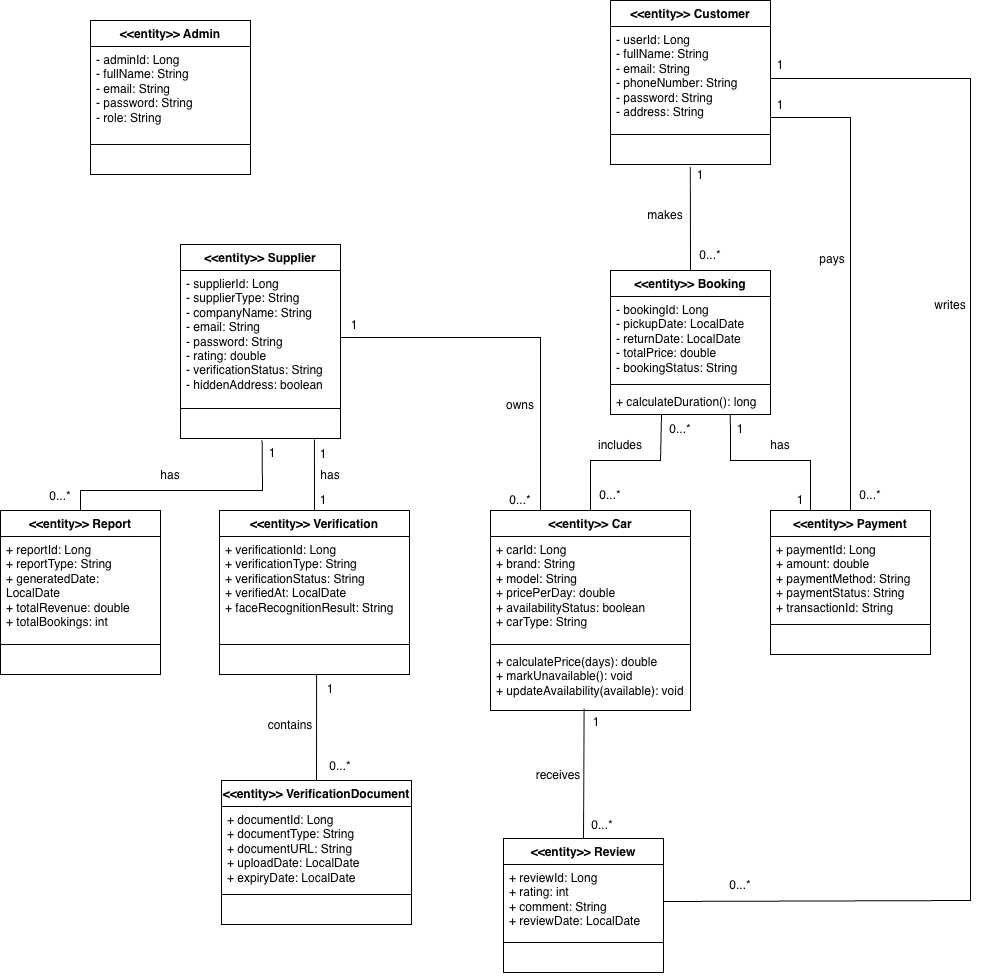
Before: Design/final/ClassDiagram.png, a diagram exported from draw.io (Darkhaamn/MIU-CS425-Project). Source tidied: cells renumbered, new cells last; positions are measured from the earlier drawing's top-left corner, leaving out a move shared by most shapes.
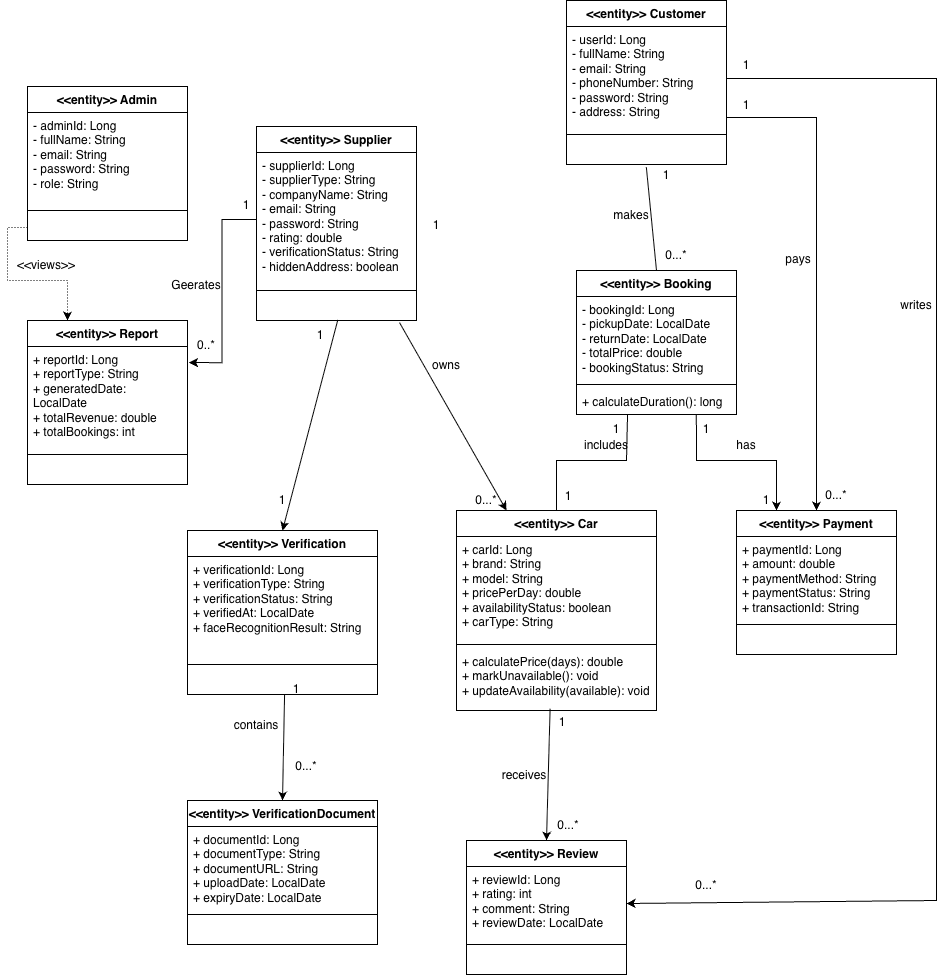
Above is the later version.

Diff of the diagram source:
```diff
@@ -3,7 +3,7 @@
     <mxCell id="0" />
     <mxCell id="1" parent="0" />
     <mxCell id="2" value="&amp;lt;&amp;lt;entity&amp;gt;&amp;gt; Admin" style="swimlane;fontStyle=1;align=center;verticalAlign=top;horizontal=1;startSize=26;whiteSpace=wrap;html=1;" parent="1" vertex="1">
-      <mxGeometry x="90" y="20" width="160" height="154" as="geometry" />
+      <mxGeometry x="61" y="86" width="160" height="154" as="geometry" />
     </mxCell>
     <mxCell id="3" value="&lt;div&gt;- adminId: Long&lt;/div&gt;&lt;div&gt;&lt;span style=&quot;background-color: transparent; color: light-dark(rgb(0, 0, 0), rgb(255, 255, 255));&quot;&gt;- fullName: String&lt;/span&gt;&lt;/div&gt;&lt;div&gt;- email: String&lt;/div&gt;&lt;div&gt;- password: String&lt;/div&gt;&lt;div&gt;- role: String&lt;/div&gt;" style="text;strokeColor=none;fillColor=none;align=left;verticalAlign=top;spacingLeft=4;spacingRight=4;overflow=hidden;whiteSpace=wrap;html=1;" parent="2" vertex="1">
       <mxGeometry y="26" width="160" height="94" as="geometry" />
@@ -15,7 +15,7 @@
       <mxGeometry y="128" width="160" height="26" as="geometry" />
     </mxCell>
     <mxCell id="6" value="&amp;lt;&amp;lt;entity&amp;gt;&amp;gt; Customer" style="swimlane;fontStyle=1;align=center;verticalAlign=top;horizontal=1;startSize=26;whiteSpace=wrap;html=1;" parent="1" vertex="1">
-      <mxGeometry x="610" width="160" height="164" as="geometry" />
+      <mxGeometry x="600" width="160" height="164" as="geometry" />
     </mxCell>
     <mxCell id="7" value="&lt;div&gt;- userId: Long&lt;/div&gt;&lt;div&gt;- fullName: String&lt;/div&gt;&lt;div&gt;- email: String&lt;/div&gt;&lt;div&gt;- phoneNumber: String&lt;/div&gt;&lt;div&gt;- password: String&lt;/div&gt;&lt;div&gt;- address: String&lt;/div&gt;" style="text;strokeColor=none;fillColor=none;align=left;verticalAlign=top;spacingLeft=4;spacingRight=4;overflow=hidden;points=[[0,0.5],[1,0.5]];portConstraint=eastwest;whiteSpace=wrap;html=1;" parent="6" vertex="1">
       <mxGeometry y="26" width="160" height="104" as="geometry" />
@@ -27,7 +27,7 @@
       <mxGeometry y="138" width="160" height="26" as="geometry" />
     </mxCell>
     <mxCell id="10" value="&amp;lt;&amp;lt;entity&amp;gt;&amp;gt; Supplier" style="swimlane;fontStyle=1;align=center;verticalAlign=top;horizontal=1;startSize=26;whiteSpace=wrap;html=1;" parent="1" vertex="1">
-      <mxGeometry x="180" y="244" width="160" height="194" as="geometry" />
+      <mxGeometry x="290" y="126" width="160" height="194" as="geometry" />
     </mxCell>
     <mxCell id="11" value="&lt;div&gt;- supplierId: Long&lt;/div&gt;&lt;div&gt;- supplierType: String&lt;/div&gt;&lt;div&gt;- companyName: String&lt;/div&gt;&lt;div&gt;- email: String&lt;/div&gt;&lt;div&gt;- password: String&lt;/div&gt;&lt;div&gt;- rating: double&lt;/div&gt;&lt;div&gt;- verificationStatus: String&lt;/div&gt;&lt;div&gt;- hiddenAddress: boolean&lt;/div&gt;" style="text;strokeColor=none;fillColor=none;align=left;verticalAlign=top;spacingLeft=4;spacingRight=4;overflow=hidden;points=[[0,0.5],[1,0.5]];portConstraint=eastwest;whiteSpace=wrap;html=1;" parent="10" vertex="1">
       <mxGeometry y="26" width="160" height="134" as="geometry" />
@@ -75,7 +75,7 @@
       <mxGeometry y="138" width="200" height="62" as="geometry" />
     </mxCell>
     <mxCell id="26" value="&amp;lt;&amp;lt;entity&amp;gt;&amp;gt; Verification" style="swimlane;fontStyle=1;align=center;verticalAlign=top;horizontal=1;startSize=26;whiteSpace=wrap;html=1;" parent="1" vertex="1">
-      <mxGeometry x="219" y="510" width="190" height="164" as="geometry" />
+      <mxGeometry x="221" y="530" width="190" height="164" as="geometry" />
     </mxCell>
     <mxCell id="27" value="&lt;div&gt;+ verificationId: Long&lt;/div&gt;&lt;div&gt;+ verificationType: String&lt;/div&gt;&lt;div&gt;+ verificationStatus: String&lt;/div&gt;&lt;div&gt;+ verifiedAt: LocalDate&lt;/div&gt;&lt;div&gt;+ faceRecognitionResult: String&lt;/div&gt;" style="text;strokeColor=none;fillColor=none;align=left;verticalAlign=top;spacingLeft=4;spacingRight=4;overflow=hidden;whiteSpace=wrap;html=1;" parent="26" vertex="1">
       <mxGeometry y="26" width="190" height="104" as="geometry" />
@@ -87,7 +87,7 @@
       <mxGeometry y="138" width="190" height="26" as="geometry" />
     </mxCell>
     <mxCell id="30" value="&amp;lt;&amp;lt;entity&amp;gt;&amp;gt; Report" style="swimlane;fontStyle=1;align=center;verticalAlign=top;horizontal=1;startSize=26;whiteSpace=wrap;html=1;" parent="1" vertex="1">
-      <mxGeometry y="510" width="160" height="164" as="geometry" />
+      <mxGeometry x="61" y="320" width="160" height="164" as="geometry" />
     </mxCell>
     <mxCell id="31" value="&lt;div&gt;+ reportId: Long&lt;/div&gt;&lt;div&gt;+ reportType: String&lt;/div&gt;&lt;div&gt;+ generatedDate: LocalDate&lt;/div&gt;&lt;div&gt;+ totalRevenue: double&lt;/div&gt;&lt;div&gt;+ totalBookings: int&lt;/div&gt;" style="text;strokeColor=none;fillColor=none;align=left;verticalAlign=top;spacingLeft=4;spacingRight=4;overflow=hidden;points=[[0,0.5],[1,0.5]];portConstraint=eastwest;whiteSpace=wrap;html=1;" parent="30" vertex="1">
       <mxGeometry y="26" width="160" height="104" as="geometry" />
@@ -99,7 +99,7 @@
       <mxGeometry y="138" width="160" height="26" as="geometry" />
     </mxCell>
     <mxCell id="34" value="&lt;div&gt;&lt;span style=&quot;background-color: transparent; color: light-dark(rgb(0, 0, 0), rgb(255, 255, 255));&quot;&gt;&amp;lt;&amp;lt;entity&amp;gt;&amp;gt;&amp;nbsp;&lt;/span&gt;VerificationDocument&lt;/div&gt;" style="swimlane;fontStyle=1;align=center;verticalAlign=top;horizontal=1;startSize=26;whiteSpace=wrap;html=1;" parent="1" vertex="1">
-      <mxGeometry x="221" y="780" width="190" height="144" as="geometry" />
+      <mxGeometry x="221" y="800" width="190" height="144" as="geometry" />
     </mxCell>
     <mxCell id="35" value="&lt;div&gt;+ documentId: Long&lt;/div&gt;&lt;div&gt;+ documentType: String&lt;/div&gt;&lt;div&gt;+ documentURL: String&lt;/div&gt;&lt;div&gt;+ uploadDate: LocalDate&lt;/div&gt;&lt;div&gt;+ expiryDate: LocalDate&lt;/div&gt;" style="text;strokeColor=none;fillColor=none;align=left;verticalAlign=top;spacingLeft=4;spacingRight=4;overflow=hidden;whiteSpace=wrap;html=1;" parent="34" vertex="1">
       <mxGeometry y="26" width="190" height="84" as="geometry" />
@@ -111,7 +111,7 @@
       <mxGeometry y="118" width="190" height="26" as="geometry" />
     </mxCell>
     <mxCell id="38" value="&amp;lt;&amp;lt;entity&amp;gt;&amp;gt; Review" style="swimlane;fontStyle=1;align=center;verticalAlign=top;horizontal=1;startSize=26;whiteSpace=wrap;html=1;" parent="1" vertex="1">
-      <mxGeometry x="503" y="838" width="160" height="134" as="geometry" />
+      <mxGeometry x="500" y="840" width="160" height="134" as="geometry" />
     </mxCell>
     <mxCell id="39" value="&lt;div&gt;+ reviewId: Long&lt;/div&gt;&lt;div&gt;+ rating: int&lt;/div&gt;&lt;div&gt;+ comment: String&lt;/div&gt;&lt;div&gt;+ reviewDate: LocalDate&lt;/div&gt;" style="text;strokeColor=none;fillColor=none;align=left;verticalAlign=top;spacingLeft=4;spacingRight=4;overflow=hidden;points=[[0,0.5],[1,0.5]];portConstraint=eastwest;whiteSpace=wrap;html=1;" parent="38" vertex="1">
       <mxGeometry y="26" width="160" height="74" as="geometry" />
@@ -139,13 +139,13 @@
         </Array>
       </mxGeometry>
     </mxCell>
-    <mxCell id="46" value="0...*" style="text;html=1;whiteSpace=wrap;strokeColor=none;fillColor=none;align=center;verticalAlign=middle;rounded=0;" parent="1" vertex="1">
-      <mxGeometry x="580" y="480" width="60" height="30" as="geometry" />
+    <mxCell id="46" value="1" style="text;html=1;whiteSpace=wrap;strokeColor=none;fillColor=none;align=center;verticalAlign=middle;rounded=0;" parent="1" vertex="1">
+      <mxGeometry x="572" y="481" width="60" height="30" as="geometry" />
     </mxCell>
-    <mxCell id="47" value="0...*" style="text;html=1;whiteSpace=wrap;strokeColor=none;fillColor=none;align=center;verticalAlign=middle;rounded=0;" parent="1" vertex="1">
-      <mxGeometry x="650" y="414" width="60" height="30" as="geometry" />
+    <mxCell id="47" value="1" style="text;html=1;whiteSpace=wrap;strokeColor=none;fillColor=none;align=center;verticalAlign=middle;rounded=0;" parent="1" vertex="1">
+      <mxGeometry x="620" y="414" width="60" height="30" as="geometry" />
     </mxCell>
-    <mxCell id="48" style="endArrow=none;html=1;rounded=0;entryX=1.003;entryY=0.874;entryDx=0;entryDy=0;entryPerimeter=0;exitX=0.5;exitY=0;exitDx=0;exitDy=0;" parent="1" edge="1" source="18" target="7">
+    <mxCell id="48" style="endArrow=none;html=1;rounded=0;entryX=1.003;entryY=0.874;entryDx=0;entryDy=0;entryPerimeter=0;exitX=0.5;exitY=0;exitDx=0;exitDy=0;startArrow=classic;startFill=1;" parent="1" edge="1" source="18" target="7">
       <mxGeometry relative="1" as="geometry">
         <Array as="points">
           <mxPoint x="850" y="117" />
@@ -158,7 +158,7 @@
     <mxCell id="50" value="0...*" style="text;html=1;whiteSpace=wrap;strokeColor=none;fillColor=none;align=center;verticalAlign=middle;rounded=0;" parent="1" vertex="1">
       <mxGeometry x="840" y="480" width="60" height="30" as="geometry" />
     </mxCell>
-    <mxCell id="51" style="endArrow=none;html=1;rounded=0;entryX=1;entryY=0.5;entryDx=0;entryDy=0;exitX=1;exitY=0.5;exitDx=0;exitDy=0;" parent="1" edge="1" source="39" target="7">
+    <mxCell id="51" style="endArrow=none;html=1;rounded=0;entryX=1;entryY=0.5;entryDx=0;entryDy=0;exitX=1;exitY=0.5;exitDx=0;exitDy=0;startArrow=classic;startFill=1;" parent="1" edge="1" source="39" target="7">
       <mxGeometry relative="1" as="geometry">
         <Array as="points">
           <mxPoint x="970" y="900" />
@@ -172,7 +172,7 @@
     <mxCell id="53" value="0...*" style="text;html=1;whiteSpace=wrap;strokeColor=none;fillColor=none;align=center;verticalAlign=middle;rounded=0;" parent="1" vertex="1">
       <mxGeometry x="710" y="870" width="60" height="30" as="geometry" />
     </mxCell>
-    <mxCell id="54" style="endArrow=none;html=1;rounded=0;entryX=0.25;entryY=0;entryDx=0;entryDy=0;exitX=0.749;exitY=0.993;exitDx=0;exitDy=0;exitPerimeter=0;" parent="1" edge="1" source="17" target="18">
+    <mxCell id="54" style="endArrow=classic;html=1;rounded=0;entryX=0.25;entryY=0;entryDx=0;entryDy=0;exitX=0.749;exitY=0.993;exitDx=0;exitDy=0;exitPerimeter=0;endFill=1;" parent="1" edge="1" source="17" target="18">
       <mxGeometry relative="1" as="geometry">
         <Array as="points">
           <mxPoint x="730" y="460" />
@@ -186,7 +186,7 @@
     <mxCell id="56" value="1" style="text;html=1;whiteSpace=wrap;strokeColor=none;fillColor=none;align=center;verticalAlign=middle;rounded=0;" parent="1" vertex="1">
       <mxGeometry x="770" y="485" width="60" height="30" as="geometry" />
     </mxCell>
-    <mxCell id="57" style="endArrow=none;html=1;rounded=0;exitX=0.468;exitY=0.973;exitDx=0;exitDy=0;exitPerimeter=0;entryX=0.5;entryY=0;entryDx=0;entryDy=0;" parent="1" edge="1" source="25" target="38">
+    <mxCell id="57" style="endArrow=classic;html=1;rounded=0;exitX=0.468;exitY=0.973;exitDx=0;exitDy=0;exitPerimeter=0;entryX=0.5;entryY=0;entryDx=0;entryDy=0;endFill=1;" parent="1" edge="1" source="25" target="38">
       <mxGeometry relative="1" as="geometry" />
     </mxCell>
     <mxCell id="58" value="0...*" style="text;html=1;whiteSpace=wrap;strokeColor=none;fillColor=none;align=center;verticalAlign=middle;rounded=0;" parent="1" vertex="1">
@@ -195,7 +195,7 @@
     <mxCell id="59" value="1" style="text;html=1;whiteSpace=wrap;strokeColor=none;fillColor=none;align=center;verticalAlign=middle;rounded=0;" parent="1" vertex="1">
       <mxGeometry x="566" y="707" width="60" height="30" as="geometry" />
     </mxCell>
-    <mxCell id="60" style="endArrow=none;html=1;rounded=0;entryX=0.511;entryY=0.983;entryDx=0;entryDy=0;entryPerimeter=0;exitX=0.5;exitY=0;exitDx=0;exitDy=0;" parent="1" edge="1" source="34" target="29">
+    <mxCell id="60" style="endArrow=none;html=1;rounded=0;entryX=0.511;entryY=0.983;entryDx=0;entryDy=0;entryPerimeter=0;exitX=0.5;exitY=0;exitDx=0;exitDy=0;startArrow=classic;startFill=1;" parent="1" edge="1" source="34" target="29">
       <mxGeometry relative="1" as="geometry" />
     </mxCell>
     <mxCell id="61" value="1" style="text;html=1;whiteSpace=wrap;strokeColor=none;fillColor=none;align=center;verticalAlign=middle;rounded=0;" parent="1" vertex="1">
@@ -204,39 +204,18 @@
     <mxCell id="62" value="0...*" style="text;html=1;whiteSpace=wrap;strokeColor=none;fillColor=none;align=center;verticalAlign=middle;rounded=0;" parent="1" vertex="1">
       <mxGeometry x="310" y="751" width="60" height="30" as="geometry" />
     </mxCell>
-    <mxCell id="63" style="endArrow=none;html=1;rounded=0;exitX=0.5;exitY=0;exitDx=0;exitDy=0;entryX=0.51;entryY=1.068;entryDx=0;entryDy=0;entryPerimeter=0;" parent="1" edge="1" source="30" target="13">
-      <mxGeometry relative="1" as="geometry">
-        <Array as="points">
-          <mxPoint x="80" y="490" />
-          <mxPoint x="262" y="490" />
-        </Array>
-      </mxGeometry>
-    </mxCell>
-    <mxCell id="64" value="1" style="text;html=1;whiteSpace=wrap;strokeColor=none;fillColor=none;align=center;verticalAlign=middle;rounded=0;" parent="1" vertex="1">
-      <mxGeometry x="242" y="438" width="60" height="30" as="geometry" />
-    </mxCell>
-    <mxCell id="65" value="0...*" style="text;html=1;whiteSpace=wrap;strokeColor=none;fillColor=none;align=center;verticalAlign=middle;rounded=0;" parent="1" vertex="1">
-      <mxGeometry x="30" y="481" width="60" height="30" as="geometry" />
-    </mxCell>
-    <mxCell id="66" style="endArrow=none;html=1;rounded=0;entryX=0.837;entryY=1.042;entryDx=0;entryDy=0;exitX=0.5;exitY=0;exitDx=0;exitDy=0;entryPerimeter=0;" parent="1" edge="1" source="26" target="13">
+    <mxCell id="66" style="endArrow=none;html=1;rounded=0;entryX=0.508;entryY=0.982;entryDx=0;entryDy=0;exitX=0.5;exitY=0;exitDx=0;exitDy=0;entryPerimeter=0;startArrow=classic;startFill=1;" parent="1" edge="1" source="26" target="13">
       <mxGeometry relative="1" as="geometry" />
     </mxCell>
     <mxCell id="67" value="1" style="text;html=1;whiteSpace=wrap;strokeColor=none;fillColor=none;align=center;verticalAlign=middle;rounded=0;" parent="1" vertex="1">
-      <mxGeometry x="293" y="439" width="60" height="30" as="geometry" />
+      <mxGeometry x="324" y="320" width="60" height="30" as="geometry" />
     </mxCell>
     <mxCell id="68" value="1" style="text;html=1;whiteSpace=wrap;strokeColor=none;fillColor=none;align=center;verticalAlign=middle;rounded=0;" parent="1" vertex="1">
-      <mxGeometry x="293" y="485" width="60" height="30" as="geometry" />
+      <mxGeometry x="286" y="484.5" width="60" height="30" as="geometry" />
     </mxCell>
-    <mxCell id="69" style="endArrow=none;html=1;rounded=0;exitX=1;exitY=0.5;exitDx=0;exitDy=0;entryX=0.25;entryY=0;entryDx=0;entryDy=0;" parent="1" edge="1" source="11" target="22">
-      <mxGeometry relative="1" as="geometry">
-        <Array as="points">
-          <mxPoint x="540" y="337" />
-        </Array>
-      </mxGeometry>
+    <mxCell id="69" style="endArrow=classic;html=1;rounded=0;exitX=0.894;exitY=1.082;exitDx=0;exitDy=0;entryX=0.25;entryY=0;entryDx=0;entryDy=0;endFill=1;exitPerimeter=0;" parent="1" edge="1" source="13" target="22">
+      <mxGeometry relative="1" as="geometry" />
     </mxCell>
-    <mxCell id="70" value="1" style="text;html=1;whiteSpace=wrap;strokeColor=none;fillColor=none;align=center;verticalAlign=middle;rounded=0;" parent="1" vertex="1">
-      <mxGeometry x="324" y="310" width="60" height="30" as="geometry" />
-    </mxCell>
     <mxCell id="71" value="0...*" style="text;html=1;whiteSpace=wrap;strokeColor=none;fillColor=none;align=center;verticalAlign=middle;rounded=0;" parent="1" vertex="1">
       <mxGeometry x="490" y="485" width="60" height="30" as="geometry" />
     </mxCell>
@@ -253,7 +232,7 @@
       <mxGeometry x="750" y="430" width="60" height="30" as="geometry" />
     </mxCell>
     <mxCell id="76" value="includes" style="text;html=1;whiteSpace=wrap;strokeColor=none;fillColor=none;align=center;verticalAlign=middle;rounded=0;" parent="1" vertex="1">
-      <mxGeometry x="590" y="430" width="60" height="30" as="geometry" />
+      <mxGeometry x="610" y="430" width="60" height="30" as="geometry" />
     </mxCell>
     <mxCell id="77" value="receives" style="text;html=1;whiteSpace=wrap;strokeColor=none;fillColor=none;align=center;verticalAlign=middle;rounded=0;" parent="1" vertex="1">
       <mxGeometry x="528" y="760" width="60" height="30" as="geometry" />
@@ -261,14 +240,29 @@
     <mxCell id="78" value="contains" style="text;html=1;whiteSpace=wrap;strokeColor=none;fillColor=none;align=center;verticalAlign=middle;rounded=0;" parent="1" vertex="1">
       <mxGeometry x="260" y="710" width="60" height="30" as="geometry" />
     </mxCell>
-    <mxCell id="79" value="has" style="text;html=1;whiteSpace=wrap;strokeColor=none;fillColor=none;align=center;verticalAlign=middle;rounded=0;" parent="1" vertex="1">
-      <mxGeometry x="140" y="460" width="60" height="30" as="geometry" />
-    </mxCell>
-    <mxCell id="80" value="has" style="text;html=1;whiteSpace=wrap;strokeColor=none;fillColor=none;align=center;verticalAlign=middle;rounded=0;" parent="1" vertex="1">
-      <mxGeometry x="300" y="460" width="60" height="30" as="geometry" />
-    </mxCell>
     <mxCell id="81" value="owns" style="text;html=1;whiteSpace=wrap;strokeColor=none;fillColor=none;align=center;verticalAlign=middle;rounded=0;" parent="1" vertex="1">
-      <mxGeometry x="490" y="390" width="60" height="30" as="geometry" />
+      <mxGeometry x="450" y="350" width="60" height="30" as="geometry" />
     </mxCell>
+    <mxCell id="82" style="edgeStyle=orthogonalEdgeStyle;rounded=0;jettySize=auto;html=1;entryX=1.01;entryY=0.155;entryDx=0;entryDy=0;entryPerimeter=0;" parent="1" edge="1" source="11" target="31">
+      <mxGeometry relative="1" as="geometry" />
+    </mxCell>
+    <mxCell id="83" value="Geerates" style="text;html=1;whiteSpace=wrap;strokeColor=none;fillColor=none;align=center;verticalAlign=middle;rounded=0;" parent="1" vertex="1">
+      <mxGeometry x="200" y="270" width="60" height="30" as="geometry" />
+    </mxCell>
+    <mxCell id="84" value="1" style="text;html=1;whiteSpace=wrap;strokeColor=none;fillColor=none;align=center;verticalAlign=middle;rounded=0;" parent="1" vertex="1">
+      <mxGeometry x="250" y="190" width="60" height="30" as="geometry" />
+    </mxCell>
+    <mxCell id="85" value="0..*" style="text;html=1;whiteSpace=wrap;strokeColor=none;fillColor=none;align=center;verticalAlign=middle;rounded=0;" parent="1" vertex="1">
+      <mxGeometry x="210" y="330" width="60" height="30" as="geometry" />
+    </mxCell>
+    <mxCell id="86" style="edgeStyle=orthogonalEdgeStyle;rounded=0;jettySize=auto;html=1;entryX=0.25;entryY=0;entryDx=0;entryDy=0;dashed=1;dashPattern=1 2;" parent="1" edge="1" source="5" target="30">
+      <mxGeometry relative="1" as="geometry" />
+    </mxCell>
+    <mxCell id="87" value="&amp;lt;&amp;lt;views&amp;gt;&amp;gt;&lt;span style=&quot;color: rgba(0, 0, 0, 0); font-family: monospace; font-size: 0px; text-align: start; white-space: nowrap;&quot;&gt;%3CmxGraphModel%3E%3Croot%3E%3CmxCell%20id%3D%220%22%2F%3E%3CmxCell%20id%3D%221%22%20parent%3D%220%22%2F%3E%3CmxCell%20id%3D%222%22%20parent%3D%221%22%20style%3D%22text%3Bhtml%3D1%3BwhiteSpace%3Dwrap%3BstrokeColor%3Dnone%3BfillColor%3Dnone%3Balign%3Dcenter%3BverticalAlign%3Dmiddle%3Brounded%3D0%3B%22%20value%3D%221%22%20vertex%3D%221%22%3E%3CmxGeometry%20height%3D%2230%22%20width%3D%2260%22%20x%3D%22280%22%20y%3D%22290%22%20as%3D%22geometry%22%2F%3E%3C%2FmxCell%3E%3C%2Froot%3E%3C%2FmxGraphModel%3E&lt;/span&gt;" style="text;html=1;whiteSpace=wrap;strokeColor=none;fillColor=none;align=center;verticalAlign=middle;rounded=0;" parent="1" vertex="1">
+      <mxGeometry x="50" y="250" width="60" height="30" as="geometry" />
+    </mxCell>
+    <mxCell id="88" value="1" style="text;html=1;whiteSpace=wrap;strokeColor=none;fillColor=none;align=center;verticalAlign=middle;rounded=0;" parent="1" vertex="1">
+      <mxGeometry x="440" y="210" width="60" height="30" as="geometry" />
+    </mxCell>
   </root>
 </mxGraphModel>
```
